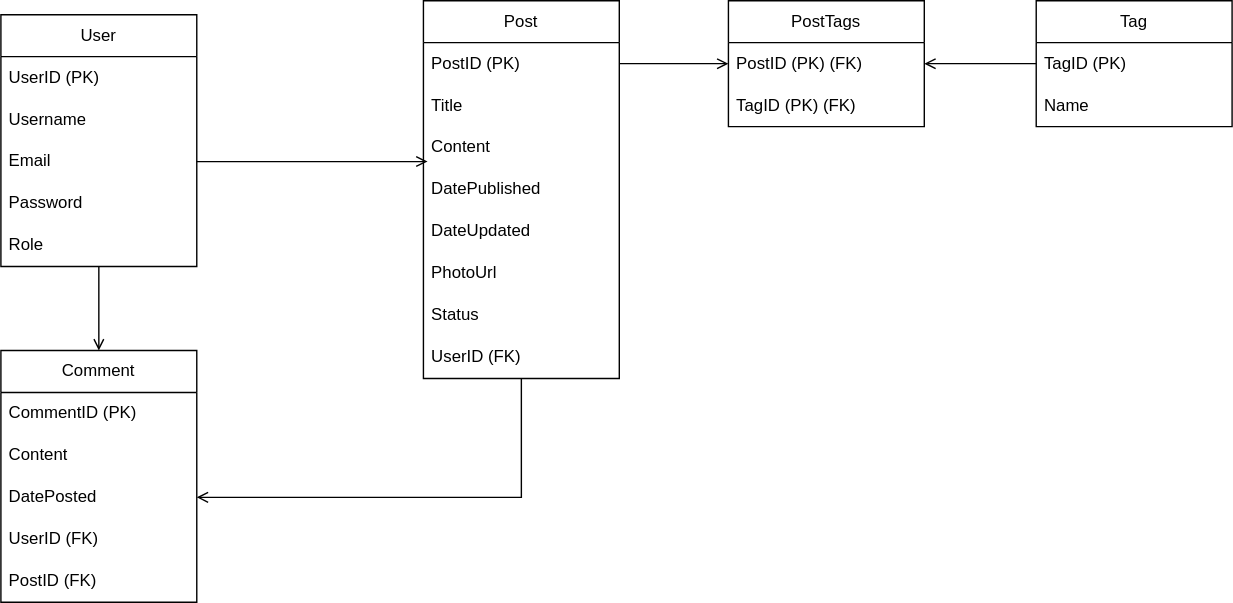
Earlier version of the draw.io export Documentation/Kultiv8_ERD.drawio.svg (lntlemeza/Kultiv8). Source tidied: cells renumbered, new cells last; positions are measured from the earlier drawing's top-left corner, leaving out a move shared by most shapes.
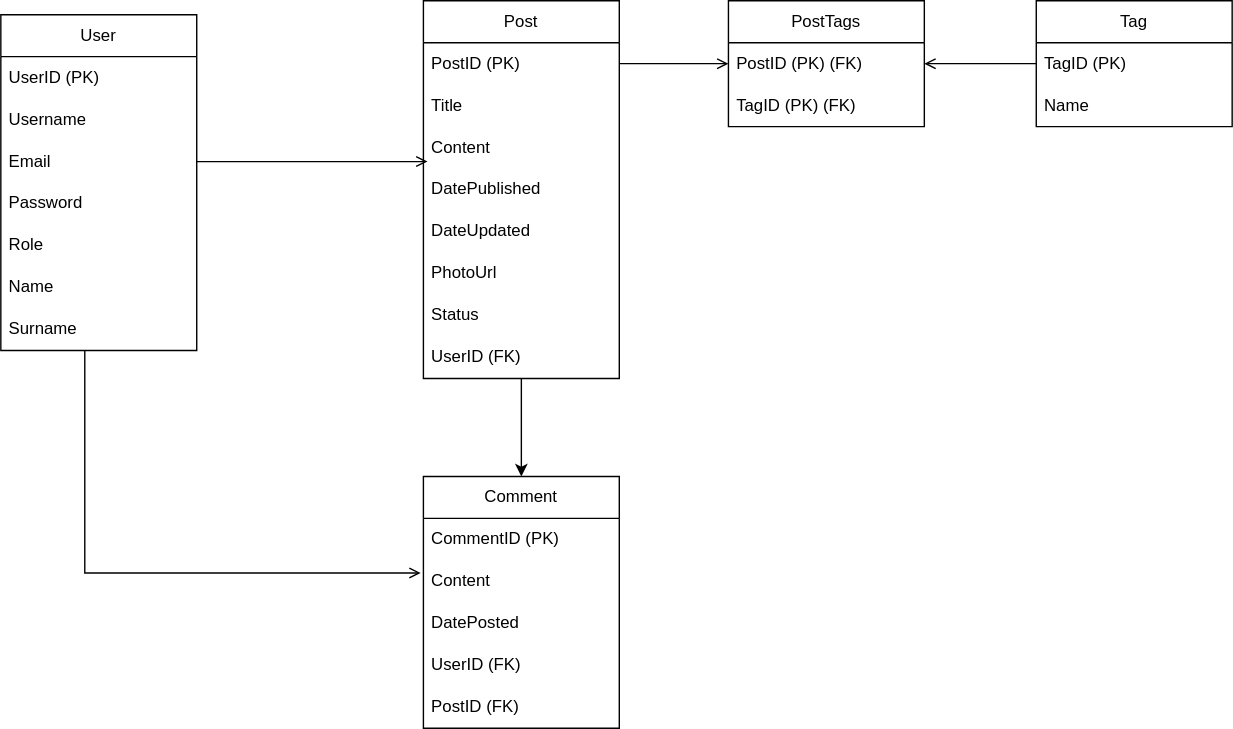
After the commit.

Change to the diagram source:
```diff
@@ -2,11 +2,15 @@
   <root>
     <mxCell id="0" />
     <mxCell id="1" parent="0" />
-    <mxCell id="2" style="edgeStyle=orthogonalEdgeStyle;rounded=0;jettySize=auto;html=1;entryX=0.5;entryY=0;entryDx=0;entryDy=0;endArrow=open;endFill=0;" parent="1" edge="1" source="3" target="28">
-      <mxGeometry relative="1" as="geometry" />
+    <mxCell id="2" style="edgeStyle=orthogonalEdgeStyle;rounded=0;jettySize=auto;html=1;entryX=-0.014;entryY=0.3;entryDx=0;entryDy=0;endArrow=open;endFill=0;entryPerimeter=0;" parent="1" edge="1" source="3" target="30">
+      <mxGeometry relative="1" as="geometry">
+        <Array as="points">
+          <mxPoint x="60" y="409" />
+        </Array>
+      </mxGeometry>
     </mxCell>
     <mxCell id="3" value="User" style="swimlane;fontStyle=0;horizontal=1;startSize=30;whiteSpace=wrap;html=1;" parent="1" vertex="1">
-      <mxGeometry y="10" width="140" height="180" as="geometry" />
+      <mxGeometry y="10" width="140" height="240" as="geometry" />
     </mxCell>
     <mxCell id="4" value="UserID (PK)" style="text;strokeColor=none;fillColor=none;align=left;verticalAlign=middle;spacingLeft=4;spacingRight=4;overflow=hidden;whiteSpace=wrap;html=1;" parent="3" vertex="1">
       <mxGeometry y="30" width="140" height="30" as="geometry" />
@@ -23,9 +27,15 @@
     <mxCell id="8" value="Role" style="text;strokeColor=none;fillColor=none;align=left;verticalAlign=middle;spacingLeft=4;spacingRight=4;overflow=hidden;whiteSpace=wrap;html=1;" parent="3" vertex="1">
       <mxGeometry y="150" width="140" height="30" as="geometry" />
     </mxCell>
-    <mxCell id="9" style="edgeStyle=orthogonalEdgeStyle;rounded=0;jettySize=auto;html=1;entryX=1;entryY=0.5;entryDx=0;entryDy=0;endArrow=open;endFill=0;" parent="1" edge="1" source="10" target="31">
-      <mxGeometry relative="1" as="geometry" />
-    </mxCell>
+    <mxCell id="34" value="Name" style="text;strokeColor=none;fillColor=none;align=left;verticalAlign=middle;spacingLeft=4;spacingRight=4;overflow=hidden;whiteSpace=wrap;html=1;" parent="3" vertex="1">
+      <mxGeometry y="180" width="140" height="30" as="geometry" />
+    </mxCell>
+    <mxCell id="35" value="Surname" style="text;strokeColor=none;fillColor=none;align=left;verticalAlign=middle;spacingLeft=4;spacingRight=4;overflow=hidden;whiteSpace=wrap;html=1;" parent="3" vertex="1">
+      <mxGeometry y="210" width="140" height="30" as="geometry" />
+    </mxCell>
+    <mxCell id="36" style="edgeStyle=orthogonalEdgeStyle;rounded=0;jettySize=auto;html=1;entryX=0.5;entryY=0;entryDx=0;entryDy=0;" parent="1" edge="1" source="10" target="28">
+      <mxGeometry relative="1" as="geometry" />
+    </mxCell>
     <mxCell id="10" value="Post" style="swimlane;fontStyle=0;horizontal=1;startSize=30;whiteSpace=wrap;html=1;" parent="1" vertex="1">
       <mxGeometry x="302" width="140" height="270" as="geometry" />
     </mxCell>
@@ -81,7 +91,7 @@
       <mxGeometry relative="1" as="geometry" />
     </mxCell>
     <mxCell id="28" value="Comment" style="swimlane;fontStyle=0;horizontal=1;startSize=30;whiteSpace=wrap;html=1;" parent="1" vertex="1">
-      <mxGeometry y="250" width="140" height="180" as="geometry" />
+      <mxGeometry x="302" y="340" width="140" height="180" as="geometry" />
     </mxCell>
     <mxCell id="29" value="CommentID (PK)" style="text;strokeColor=none;fillColor=none;align=left;verticalAlign=middle;spacingLeft=4;spacingRight=4;overflow=hidden;whiteSpace=wrap;html=1;" parent="28" vertex="1">
       <mxGeometry y="30" width="140" height="30" as="geometry" />
```
